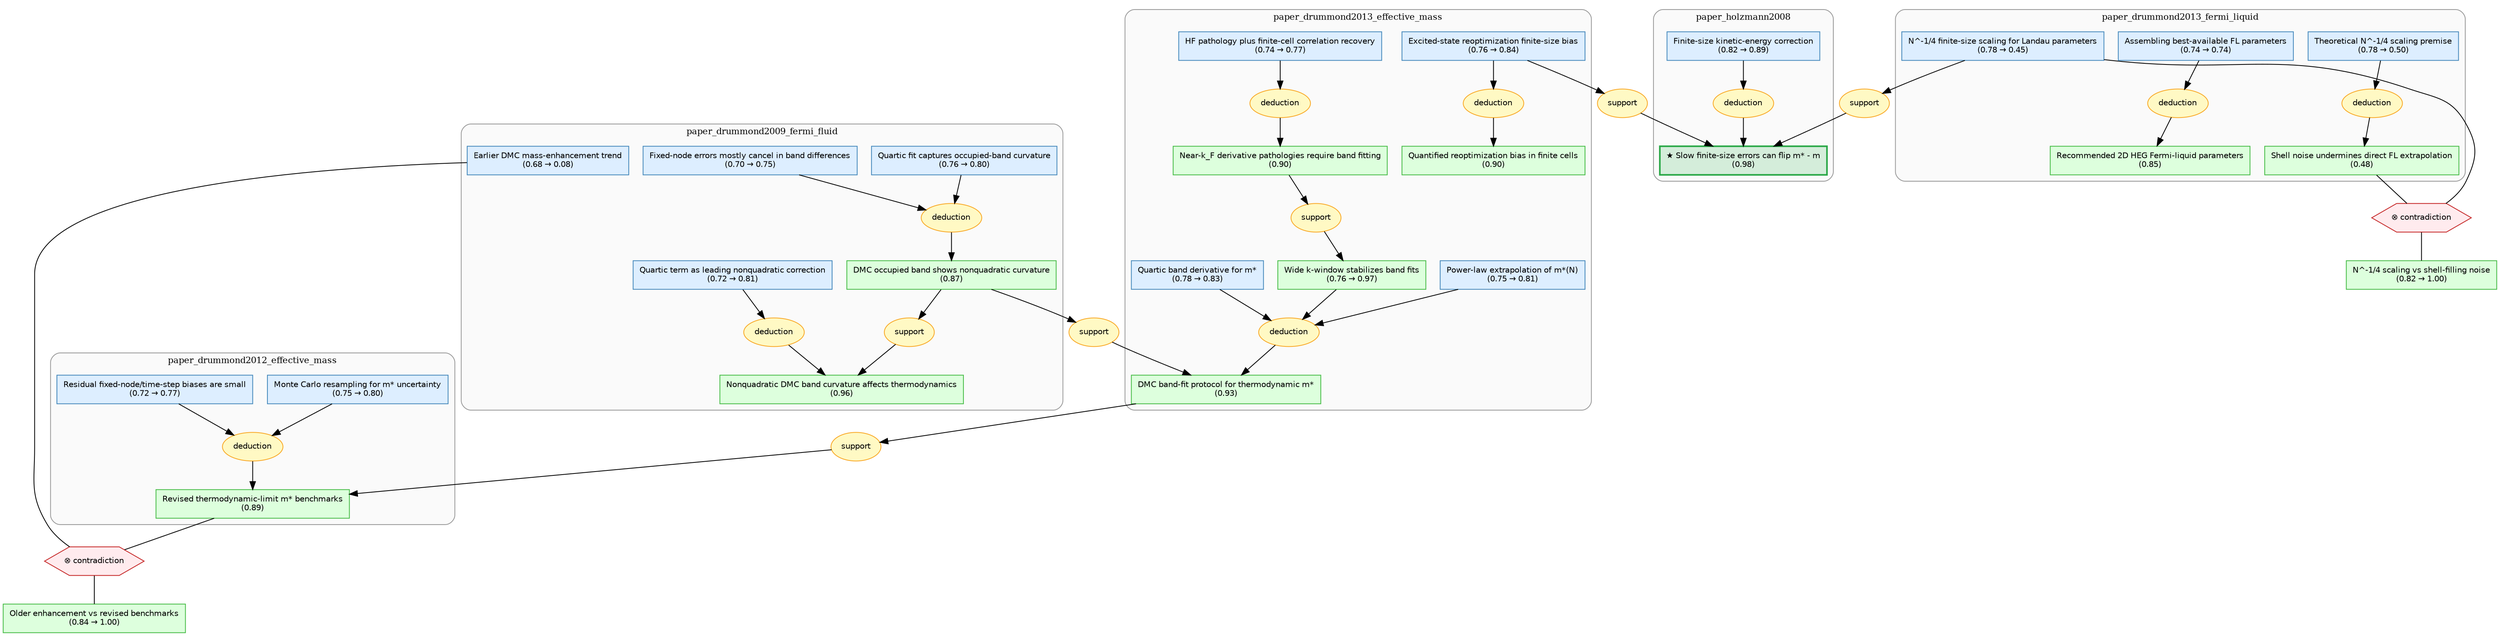
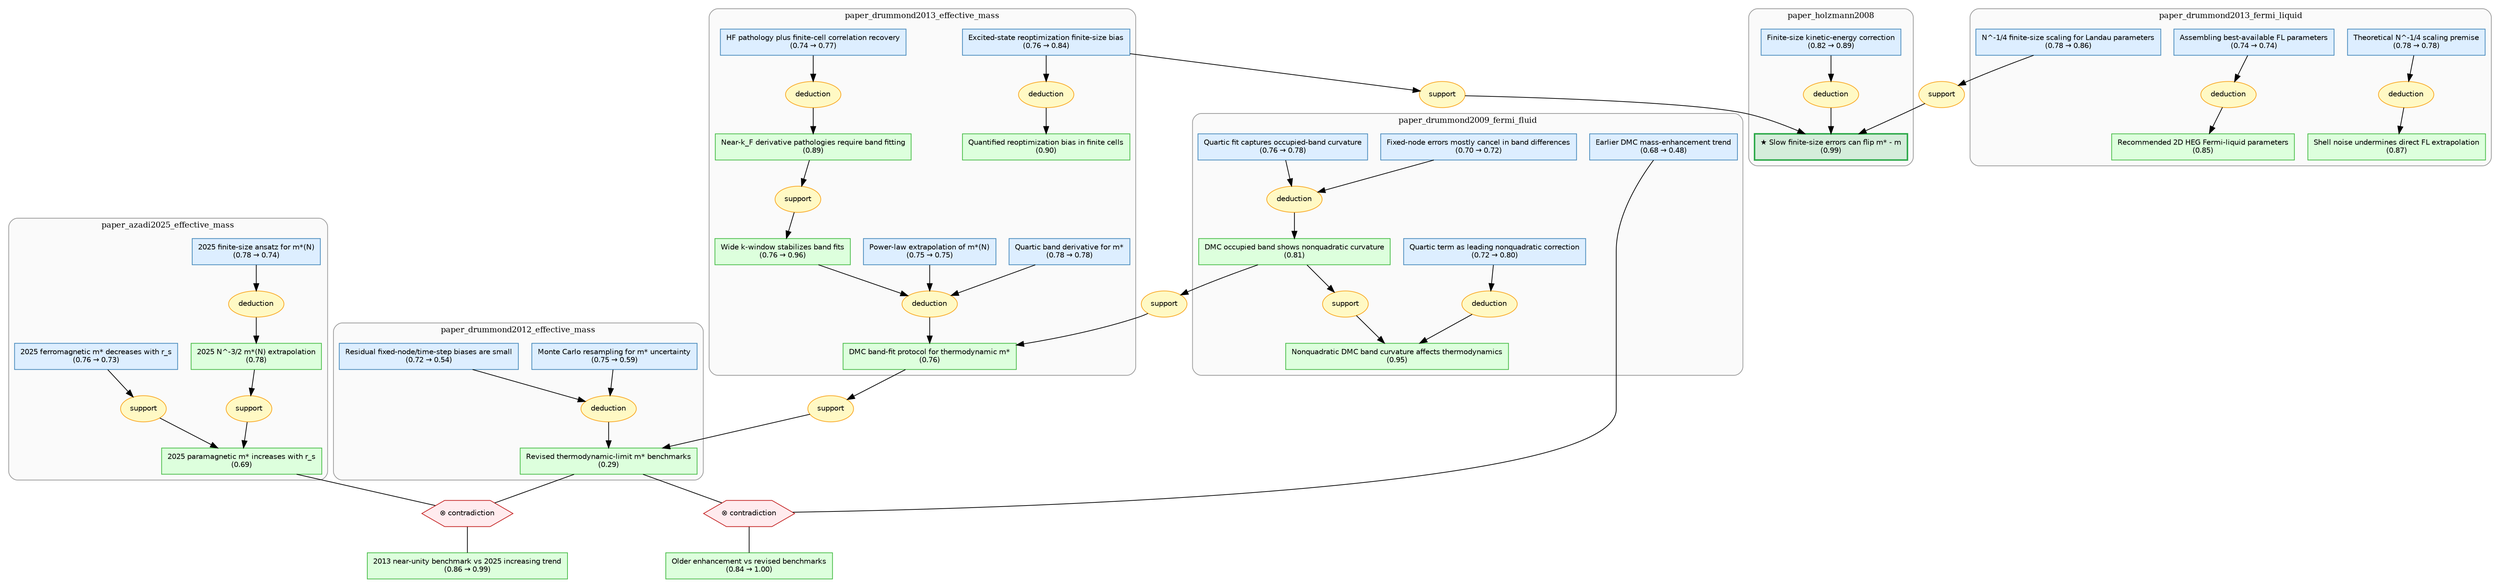
digraph starmap {
    rankdir=TB;
    compound=true;
    node [fontname="Helvetica", fontsize=10];
    edge [fontname="Helvetica", fontsize=9];
+ 
+     subgraph cluster_paper_azadi2025_effective_mass {
+         label="paper_azadi2025_effective_mass";
+         style="rounded,filled";
+         fillcolor="#fafafa";
+         color="#999999";
+         fontsize=11;
+ 
+         "local:twodheg_effective_mass::gcn_21f80773b87f444c" [label="2025 paramagnetic m* increases with r_s\n(0.69)", shape=box, style=filled, fillcolor="#ddffdd", color="#44bb44"];
+         "local:twodheg_effective_mass::gcn_ac27a904ca704f09" [label="2025 N^-3/2 m*(N) extrapolation\n(0.78)", shape=box, style=filled, fillcolor="#ddffdd", color="#44bb44"];
+         "local:twodheg_effective_mass::gcn_cb512194b0bc4df2" [label="2025 finite-size ansatz for m*(N)\n(0.78 → 0.74)", shape=box, style=filled, fillcolor="#ddeeff", color="#4488bb"];
+         "local:twodheg_effective_mass::gcn_f431f49f19b44cf1" [label="2025 ferromagnetic m* decreases with r_s\n(0.76 → 0.73)", shape=box, style=filled, fillcolor="#ddeeff", color="#4488bb"];
+         "strat_9" [label="deduction", shape=ellipse, style=filled, fillcolor="#fff9c4", color="#f9a825"];
+         "strat_16" [label="support", shape=ellipse, style=filled, fillcolor="#fff9c4", color="#f9a825"];
+         "strat_17" [label="support", shape=ellipse, style=filled, fillcolor="#fff9c4", color="#f9a825"];
+     }

    subgraph cluster_paper_drummond2009_fermi_fluid {
        label="paper_drummond2009_fermi_fluid";
        style="rounded,filled";
        fillcolor="#fafafa";
        color="#999999";
        fontsize=11;

-         "local:twodheg_effective_mass::gcn_4d1aad1470d54895" [label="Earlier DMC mass-enhancement trend\n(0.68 → 0.08)", shape=box, style=filled, fillcolor="#ddeeff", color="#4488bb"];
-         "local:twodheg_effective_mass::gcn_f6686a4225a043a6" [label="Quartic fit captures occupied-band curvature\n(0.76 → 0.80)", shape=box, style=filled, fillcolor="#ddeeff", color="#4488bb"];
-         "local:twodheg_effective_mass::gcn_fd7adbfff0f146ba" [label="Fixed-node errors mostly cancel in band differences\n(0.70 → 0.75)", shape=box, style=filled, fillcolor="#ddeeff", color="#4488bb"];
-         "local:twodheg_effective_mass::gcn_bf915935b1fd4326" [label="DMC occupied band shows nonquadratic curvature\n(0.87)", shape=box, style=filled, fillcolor="#ddffdd", color="#44bb44"];
-         "local:twodheg_effective_mass::gcn_888498a0614d40d7" [label="Quartic term as leading nonquadratic correction\n(0.72 → 0.81)", shape=box, style=filled, fillcolor="#ddeeff", color="#4488bb"];
-         "local:twodheg_effective_mass::gcn_318b062f17344859" [label="Nonquadratic DMC band curvature affects thermodynamics\n(0.96)", shape=box, style=filled, fillcolor="#ddffdd", color="#44bb44"];
+         "local:twodheg_effective_mass::gcn_4d1aad1470d54895" [label="Earlier DMC mass-enhancement trend\n(0.68 → 0.48)", shape=box, style=filled, fillcolor="#ddeeff", color="#4488bb"];
+         "local:twodheg_effective_mass::gcn_f6686a4225a043a6" [label="Quartic fit captures occupied-band curvature\n(0.76 → 0.78)", shape=box, style=filled, fillcolor="#ddeeff", color="#4488bb"];
+         "local:twodheg_effective_mass::gcn_fd7adbfff0f146ba" [label="Fixed-node errors mostly cancel in band differences\n(0.70 → 0.72)", shape=box, style=filled, fillcolor="#ddeeff", color="#4488bb"];
+         "local:twodheg_effective_mass::gcn_bf915935b1fd4326" [label="DMC occupied band shows nonquadratic curvature\n(0.81)", shape=box, style=filled, fillcolor="#ddffdd", color="#44bb44"];
+         "local:twodheg_effective_mass::gcn_888498a0614d40d7" [label="Quartic term as leading nonquadratic correction\n(0.72 → 0.80)", shape=box, style=filled, fillcolor="#ddeeff", color="#4488bb"];
+         "local:twodheg_effective_mass::gcn_318b062f17344859" [label="Nonquadratic DMC band curvature affects thermodynamics\n(0.95)", shape=box, style=filled, fillcolor="#ddffdd", color="#44bb44"];
        "strat_6" [label="deduction", shape=ellipse, style=filled, fillcolor="#fff9c4", color="#f9a825"];
        "strat_7" [label="deduction", shape=ellipse, style=filled, fillcolor="#fff9c4", color="#f9a825"];
-         "strat_14" [label="support", shape=ellipse, style=filled, fillcolor="#fff9c4", color="#f9a825"];
+         "strat_15" [label="support", shape=ellipse, style=filled, fillcolor="#fff9c4", color="#f9a825"];
    }

    subgraph cluster_paper_drummond2012_effective_mass {
        label="paper_drummond2012_effective_mass";
        style="rounded,filled";
        fillcolor="#fafafa";
        color="#999999";
        fontsize=11;

-         "local:twodheg_effective_mass::gcn_a685639571304474" [label="Monte Carlo resampling for m* uncertainty\n(0.75 → 0.80)", shape=box, style=filled, fillcolor="#ddeeff", color="#4488bb"];
-         "local:twodheg_effective_mass::gcn_17c63b5dc2154f15" [label="Residual fixed-node/time-step biases are small\n(0.72 → 0.77)", shape=box, style=filled, fillcolor="#ddeeff", color="#4488bb"];
-         "local:twodheg_effective_mass::gcn_b7a7d456a05d4129" [label="Revised thermodynamic-limit m* benchmarks\n(0.89)", shape=box, style=filled, fillcolor="#ddffdd", color="#44bb44"];
+         "local:twodheg_effective_mass::gcn_a685639571304474" [label="Monte Carlo resampling for m* uncertainty\n(0.75 → 0.59)", shape=box, style=filled, fillcolor="#ddeeff", color="#4488bb"];
+         "local:twodheg_effective_mass::gcn_17c63b5dc2154f15" [label="Residual fixed-node/time-step biases are small\n(0.72 → 0.54)", shape=box, style=filled, fillcolor="#ddeeff", color="#4488bb"];
+         "local:twodheg_effective_mass::gcn_b7a7d456a05d4129" [label="Revised thermodynamic-limit m* benchmarks\n(0.29)", shape=box, style=filled, fillcolor="#ddffdd", color="#44bb44"];
        "strat_8" [label="deduction", shape=ellipse, style=filled, fillcolor="#fff9c4", color="#f9a825"];
    }

    subgraph cluster_paper_drummond2013_effective_mass {
        label="paper_drummond2013_effective_mass";
        style="rounded,filled";
        fillcolor="#fafafa";
        color="#999999";
        fontsize=11;

        "local:twodheg_effective_mass::gcn_850fc9d9de314026" [label="Excited-state reoptimization finite-size bias\n(0.76 → 0.84)", shape=box, style=filled, fillcolor="#ddeeff", color="#4488bb"];
        "local:twodheg_effective_mass::gcn_c7b10e47e2ab45e1" [label="Quantified reoptimization bias in finite cells\n(0.90)", shape=box, style=filled, fillcolor="#ddffdd", color="#44bb44"];
-         "local:twodheg_effective_mass::gcn_48797cba2bf44d90" [label="Quartic band derivative for m*\n(0.78 → 0.83)", shape=box, style=filled, fillcolor="#ddeeff", color="#4488bb"];
-         "local:twodheg_effective_mass::gcn_1e8fcb7ef934428d" [label="Power-law extrapolation of m*(N)\n(0.75 → 0.81)", shape=box, style=filled, fillcolor="#ddeeff", color="#4488bb"];
-         "local:twodheg_effective_mass::gcn_50e263dc961541e0" [label="Wide k-window stabilizes band fits\n(0.76 → 0.97)", shape=box, style=filled, fillcolor="#ddffdd", color="#44bb44"];
-         "local:twodheg_effective_mass::gcn_a981a2b787514e47" [label="DMC band-fit protocol for thermodynamic m*\n(0.93)", shape=box, style=filled, fillcolor="#ddffdd", color="#44bb44"];
+         "local:twodheg_effective_mass::gcn_48797cba2bf44d90" [label="Quartic band derivative for m*\n(0.78 → 0.78)", shape=box, style=filled, fillcolor="#ddeeff", color="#4488bb"];
+         "local:twodheg_effective_mass::gcn_1e8fcb7ef934428d" [label="Power-law extrapolation of m*(N)\n(0.75 → 0.75)", shape=box, style=filled, fillcolor="#ddeeff", color="#4488bb"];
+         "local:twodheg_effective_mass::gcn_50e263dc961541e0" [label="Wide k-window stabilizes band fits\n(0.76 → 0.96)", shape=box, style=filled, fillcolor="#ddffdd", color="#44bb44"];
+         "local:twodheg_effective_mass::gcn_a981a2b787514e47" [label="DMC band-fit protocol for thermodynamic m*\n(0.76)", shape=box, style=filled, fillcolor="#ddffdd", color="#44bb44"];
        "local:twodheg_effective_mass::gcn_f6ca85b75deb46ba" [label="HF pathology plus finite-cell correlation recovery\n(0.74 → 0.77)", shape=box, style=filled, fillcolor="#ddeeff", color="#4488bb"];
-         "local:twodheg_effective_mass::gcn_8df2cd5b49524aac" [label="Near-k_F derivative pathologies require band fitting\n(0.90)", shape=box, style=filled, fillcolor="#ddffdd", color="#44bb44"];
+         "local:twodheg_effective_mass::gcn_8df2cd5b49524aac" [label="Near-k_F derivative pathologies require band fitting\n(0.89)", shape=box, style=filled, fillcolor="#ddffdd", color="#44bb44"];
        "strat_3" [label="deduction", shape=ellipse, style=filled, fillcolor="#fff9c4", color="#f9a825"];
        "strat_4" [label="deduction", shape=ellipse, style=filled, fillcolor="#fff9c4", color="#f9a825"];
        "strat_5" [label="deduction", shape=ellipse, style=filled, fillcolor="#fff9c4", color="#f9a825"];
-         "strat_12" [label="support", shape=ellipse, style=filled, fillcolor="#fff9c4", color="#f9a825"];
+         "strat_13" [label="support", shape=ellipse, style=filled, fillcolor="#fff9c4", color="#f9a825"];
    }

    subgraph cluster_paper_drummond2013_fermi_liquid {
        label="paper_drummond2013_fermi_liquid";
        style="rounded,filled";
        fillcolor="#fafafa";
        color="#999999";
        fontsize=11;

-         "local:twodheg_effective_mass::gcn_219b34bd252c43fa" [label="N^-1/4 finite-size scaling for Landau parameters\n(0.78 → 0.45)", shape=box, style=filled, fillcolor="#ddeeff", color="#4488bb"];
-         "local:twodheg_effective_mass::gcn_3ceb44ae3f404964" [label="Theoretical N^-1/4 scaling premise\n(0.78 → 0.50)", shape=box, style=filled, fillcolor="#ddeeff", color="#4488bb"];
-         "local:twodheg_effective_mass::gcn_3db07703d3684507" [label="Shell noise undermines direct FL extrapolation\n(0.48)", shape=box, style=filled, fillcolor="#ddffdd", color="#44bb44"];
+         "local:twodheg_effective_mass::gcn_219b34bd252c43fa" [label="N^-1/4 finite-size scaling for Landau parameters\n(0.78 → 0.86)", shape=box, style=filled, fillcolor="#ddeeff", color="#4488bb"];
+         "local:twodheg_effective_mass::gcn_3ceb44ae3f404964" [label="Theoretical N^-1/4 scaling premise\n(0.78 → 0.78)", shape=box, style=filled, fillcolor="#ddeeff", color="#4488bb"];
+         "local:twodheg_effective_mass::gcn_3db07703d3684507" [label="Shell noise undermines direct FL extrapolation\n(0.87)", shape=box, style=filled, fillcolor="#ddffdd", color="#44bb44"];
        "local:twodheg_effective_mass::gcn_836bae7457044c7a" [label="Assembling best-available FL parameters\n(0.74 → 0.74)", shape=box, style=filled, fillcolor="#ddeeff", color="#4488bb"];
        "local:twodheg_effective_mass::gcn_306f15c9d5814e23" [label="Recommended 2D HEG Fermi-liquid parameters\n(0.85)", shape=box, style=filled, fillcolor="#ddffdd", color="#44bb44"];
        "strat_1" [label="deduction", shape=ellipse, style=filled, fillcolor="#fff9c4", color="#f9a825"];
        "strat_2" [label="deduction", shape=ellipse, style=filled, fillcolor="#fff9c4", color="#f9a825"];
    }

    subgraph cluster_paper_holzmann2008 {
        label="paper_holzmann2008";
        style="rounded,filled";
        fillcolor="#fafafa";
        color="#999999";
        fontsize=11;

        "local:twodheg_effective_mass::gcn_da3eecec49114543" [label="Finite-size kinetic-energy correction\n(0.82 → 0.89)", shape=box, style=filled, fillcolor="#ddeeff", color="#4488bb"];
-         "local:twodheg_effective_mass::gcn_28b9e01bd2f8487f" [label="★ Slow finite-size errors can flip m* - m\n(0.98)", shape=box, style=filled, fillcolor="#d4edda", color="#28a745", penwidth=2];
+         "local:twodheg_effective_mass::gcn_28b9e01bd2f8487f" [label="★ Slow finite-size errors can flip m* - m\n(0.99)", shape=box, style=filled, fillcolor="#d4edda", color="#28a745", penwidth=2];
        "strat_0" [label="deduction", shape=ellipse, style=filled, fillcolor="#fff9c4", color="#f9a825"];
    }

    // cross-module strategy/operator nodes (outside clusters)
    "local:twodheg_effective_mass::older_dmc_enhancement_vs_revised_dmc_benchmarks" [label="Older enhancement vs revised benchmarks\n(0.84 → 1.00)", shape=box, style=filled, fillcolor="#ddffdd", color="#44bb44"];
-     "local:twodheg_effective_mass::n_quarter_scaling_vs_shell_filling_noise" [label="N^-1/4 scaling vs shell-filling noise\n(0.82 → 1.00)", shape=box, style=filled, fillcolor="#ddffdd", color="#44bb44"];
-     "strat_9" [label="support", shape=ellipse, style=filled, fillcolor="#fff9c4", color="#f9a825"];
+     "local:twodheg_effective_mass::drummond2013_vs_azadi2025_paramagnetic_trend" [label="2013 near-unity benchmark vs 2025 increasing trend\n(0.86 → 0.99)", shape=box, style=filled, fillcolor="#ddffdd", color="#44bb44"];
    "strat_10" [label="support", shape=ellipse, style=filled, fillcolor="#fff9c4", color="#f9a825"];
    "strat_11" [label="support", shape=ellipse, style=filled, fillcolor="#fff9c4", color="#f9a825"];
-     "strat_13" [label="support", shape=ellipse, style=filled, fillcolor="#fff9c4", color="#f9a825"];
+     "strat_12" [label="support", shape=ellipse, style=filled, fillcolor="#fff9c4", color="#f9a825"];
+     "strat_14" [label="support", shape=ellipse, style=filled, fillcolor="#fff9c4", color="#f9a825"];
    "oper_0" [label="⊗ contradiction", shape=hexagon, style=filled, fillcolor="#ffebee", color="#c62828"];
    "oper_1" [label="⊗ contradiction", shape=hexagon, style=filled, fillcolor="#ffebee", color="#c62828"];

    // edges
    "local:twodheg_effective_mass::gcn_da3eecec49114543" -> "strat_0";
    "strat_0" -> "local:twodheg_effective_mass::gcn_28b9e01bd2f8487f";
    "local:twodheg_effective_mass::gcn_3ceb44ae3f404964" -> "strat_1";
    "strat_1" -> "local:twodheg_effective_mass::gcn_3db07703d3684507";
    "local:twodheg_effective_mass::gcn_836bae7457044c7a" -> "strat_2";
    "strat_2" -> "local:twodheg_effective_mass::gcn_306f15c9d5814e23";
    "local:twodheg_effective_mass::gcn_850fc9d9de314026" -> "strat_3";
    "strat_3" -> "local:twodheg_effective_mass::gcn_c7b10e47e2ab45e1";
    "local:twodheg_effective_mass::gcn_48797cba2bf44d90" -> "strat_4";
    "local:twodheg_effective_mass::gcn_1e8fcb7ef934428d" -> "strat_4";
    "local:twodheg_effective_mass::gcn_50e263dc961541e0" -> "strat_4";
    "strat_4" -> "local:twodheg_effective_mass::gcn_a981a2b787514e47";
    "local:twodheg_effective_mass::gcn_f6ca85b75deb46ba" -> "strat_5";
    "strat_5" -> "local:twodheg_effective_mass::gcn_8df2cd5b49524aac";
    "local:twodheg_effective_mass::gcn_f6686a4225a043a6" -> "strat_6";
    "local:twodheg_effective_mass::gcn_fd7adbfff0f146ba" -> "strat_6";
    "strat_6" -> "local:twodheg_effective_mass::gcn_bf915935b1fd4326";
    "local:twodheg_effective_mass::gcn_888498a0614d40d7" -> "strat_7";
    "strat_7" -> "local:twodheg_effective_mass::gcn_318b062f17344859";
    "local:twodheg_effective_mass::gcn_a685639571304474" -> "strat_8";
    "local:twodheg_effective_mass::gcn_17c63b5dc2154f15" -> "strat_8";
    "strat_8" -> "local:twodheg_effective_mass::gcn_b7a7d456a05d4129";
-     "local:twodheg_effective_mass::gcn_219b34bd252c43fa" -> "strat_9";
-     "strat_9" -> "local:twodheg_effective_mass::gcn_28b9e01bd2f8487f";
-     "local:twodheg_effective_mass::gcn_850fc9d9de314026" -> "strat_10";
+     "local:twodheg_effective_mass::gcn_cb512194b0bc4df2" -> "strat_9";
+     "strat_9" -> "local:twodheg_effective_mass::gcn_ac27a904ca704f09";
+     "local:twodheg_effective_mass::gcn_219b34bd252c43fa" -> "strat_10";
    "strat_10" -> "local:twodheg_effective_mass::gcn_28b9e01bd2f8487f";
-     "local:twodheg_effective_mass::gcn_a981a2b787514e47" -> "strat_11";
-     "strat_11" -> "local:twodheg_effective_mass::gcn_b7a7d456a05d4129";
-     "local:twodheg_effective_mass::gcn_8df2cd5b49524aac" -> "strat_12";
-     "strat_12" -> "local:twodheg_effective_mass::gcn_50e263dc961541e0";
-     "local:twodheg_effective_mass::gcn_bf915935b1fd4326" -> "strat_13";
-     "strat_13" -> "local:twodheg_effective_mass::gcn_a981a2b787514e47";
+     "local:twodheg_effective_mass::gcn_850fc9d9de314026" -> "strat_11";
+     "strat_11" -> "local:twodheg_effective_mass::gcn_28b9e01bd2f8487f";
+     "local:twodheg_effective_mass::gcn_a981a2b787514e47" -> "strat_12";
+     "strat_12" -> "local:twodheg_effective_mass::gcn_b7a7d456a05d4129";
+     "local:twodheg_effective_mass::gcn_8df2cd5b49524aac" -> "strat_13";
+     "strat_13" -> "local:twodheg_effective_mass::gcn_50e263dc961541e0";
    "local:twodheg_effective_mass::gcn_bf915935b1fd4326" -> "strat_14";
-     "strat_14" -> "local:twodheg_effective_mass::gcn_318b062f17344859";
+     "strat_14" -> "local:twodheg_effective_mass::gcn_a981a2b787514e47";
+     "local:twodheg_effective_mass::gcn_bf915935b1fd4326" -> "strat_15";
+     "strat_15" -> "local:twodheg_effective_mass::gcn_318b062f17344859";
+     "local:twodheg_effective_mass::gcn_ac27a904ca704f09" -> "strat_16";
+     "strat_16" -> "local:twodheg_effective_mass::gcn_21f80773b87f444c";
+     "local:twodheg_effective_mass::gcn_f431f49f19b44cf1" -> "strat_17";
+     "strat_17" -> "local:twodheg_effective_mass::gcn_21f80773b87f444c";
    "local:twodheg_effective_mass::gcn_4d1aad1470d54895" -> "oper_0" [dir=none];
    "local:twodheg_effective_mass::gcn_b7a7d456a05d4129" -> "oper_0" [dir=none];
    "oper_0" -> "local:twodheg_effective_mass::older_dmc_enhancement_vs_revised_dmc_benchmarks" [dir=none];
-     "local:twodheg_effective_mass::gcn_219b34bd252c43fa" -> "oper_1" [dir=none];
-     "local:twodheg_effective_mass::gcn_3db07703d3684507" -> "oper_1" [dir=none];
-     "oper_1" -> "local:twodheg_effective_mass::n_quarter_scaling_vs_shell_filling_noise" [dir=none];
+     "local:twodheg_effective_mass::gcn_b7a7d456a05d4129" -> "oper_1" [dir=none];
+     "local:twodheg_effective_mass::gcn_21f80773b87f444c" -> "oper_1" [dir=none];
+     "oper_1" -> "local:twodheg_effective_mass::drummond2013_vs_azadi2025_paramagnetic_trend" [dir=none];
}
